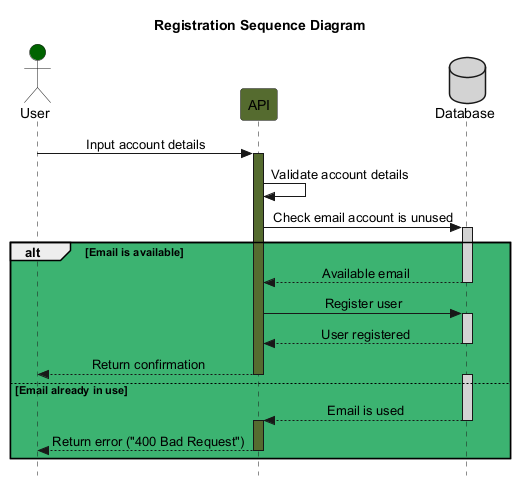
Earlier version of the PlantUML export images/Sequential diagram of the process of registration.png (Arquisoft/wichat_en1a).
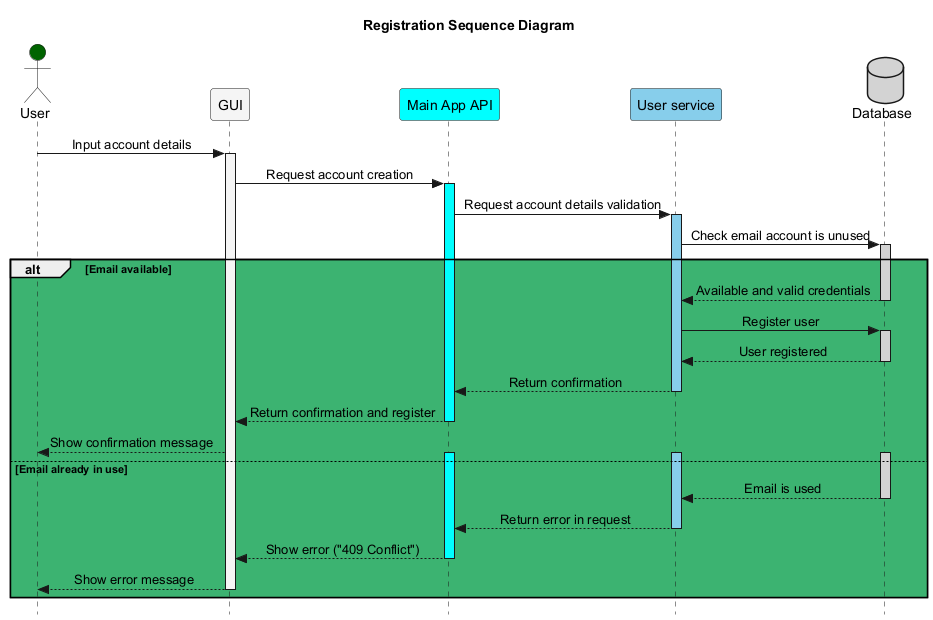
Above is the later version.

Change to the diagram source:
```diff
@@ -2,32 +2,45 @@
 title Registration Sequence Diagram
 
 actor User #DarkGreen
-participant API as "API" #DarkOliveGreen
+participant GUI as "GUI" #WhiteSmoke
+participant mainAPI as "Main App API" #Aqua
+participant authAPI as "User service" #SkyBlue
 database DB as "Database" #LightGray
 
 skinparam Style strictuml
 skinparam SequenceMessageAlignment center
 
-User -> API : Input account details
-activate API #DarkOliveGreen
-API -> API : Validate account details
-API -> DB : Check email account is unused
-alt #MediumSeaGreen Email is available
+User -> GUI : Input account details
+activate GUI #WhiteSmoke
+GUI -> mainAPI : Request account creation
+activate mainAPI #Aqua
+mainAPI -> authAPI : Request account details validation
+activate authAPI #SkyBlue
+authAPI -> DB : Check email account is unused
+activate DB #LightGray
+alt #MediumSeaGreen Email available
+    DB --> authAPI : Available and valid credentials
+    deactivate DB
+    authAPI -> DB : Register user
     activate DB #LightGray
-    DB --> API : Available email
+    DB --> authAPI : User registered
     deactivate DB
-    API -> DB : Register user
-    activate DB #LightGray
-    DB --> API : User registered
-    deactivate DB
-    API --> User : Return confirmation
-    deactivate API
+    authAPI --> mainAPI : Return confirmation
+    deactivate authAPI
+    mainAPI --> GUI : Return confirmation and register
+    deactivate mainAPI
+    GUI --> User : Show confirmation message
 else Email already in use
     activate DB #LightGray
-    DB --> API : Email is used
+    activate authAPI #SkyBlue
+    activate mainAPI #Aqua
+    DB --> authAPI : Email is used
     deactivate DB
-    activate API #DarkOliveGreen
-    API --> User : Return error ("400 Bad Request")
-    deactivate API
+    authAPI --> mainAPI : Return error in request
+    deactivate authAPI
+    mainAPI --> GUI : Show error ("409 Conflict")
+    deactivate mainAPI
+    GUI --> User : Show error message
+    deactivate GUI
 end
 @enduml
```
